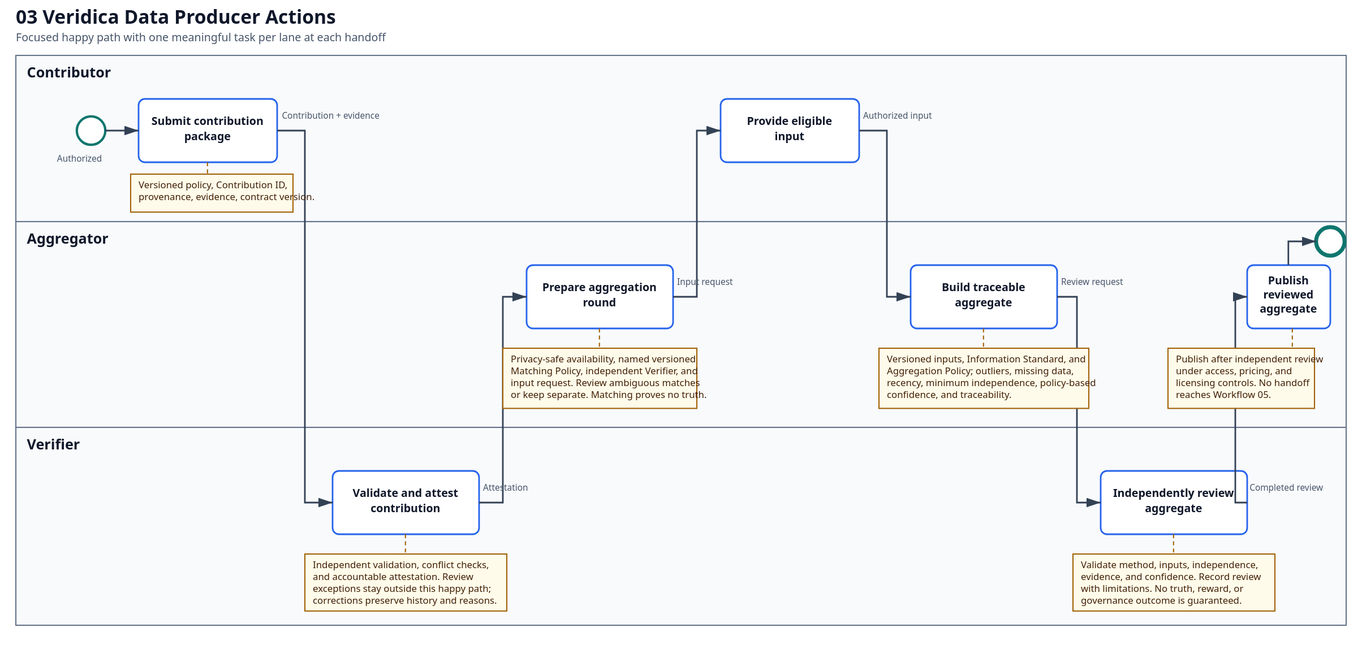
unlockitio/canton-dev-fund keeps this BPMN diagram as proposals/assets/03-veridica-data-producer-actions.svg. Above is the earlier version. Its source is kept beside it as proposals/assets/03-veridica-data-producer-actions.bpmn. Ids are renumbered.
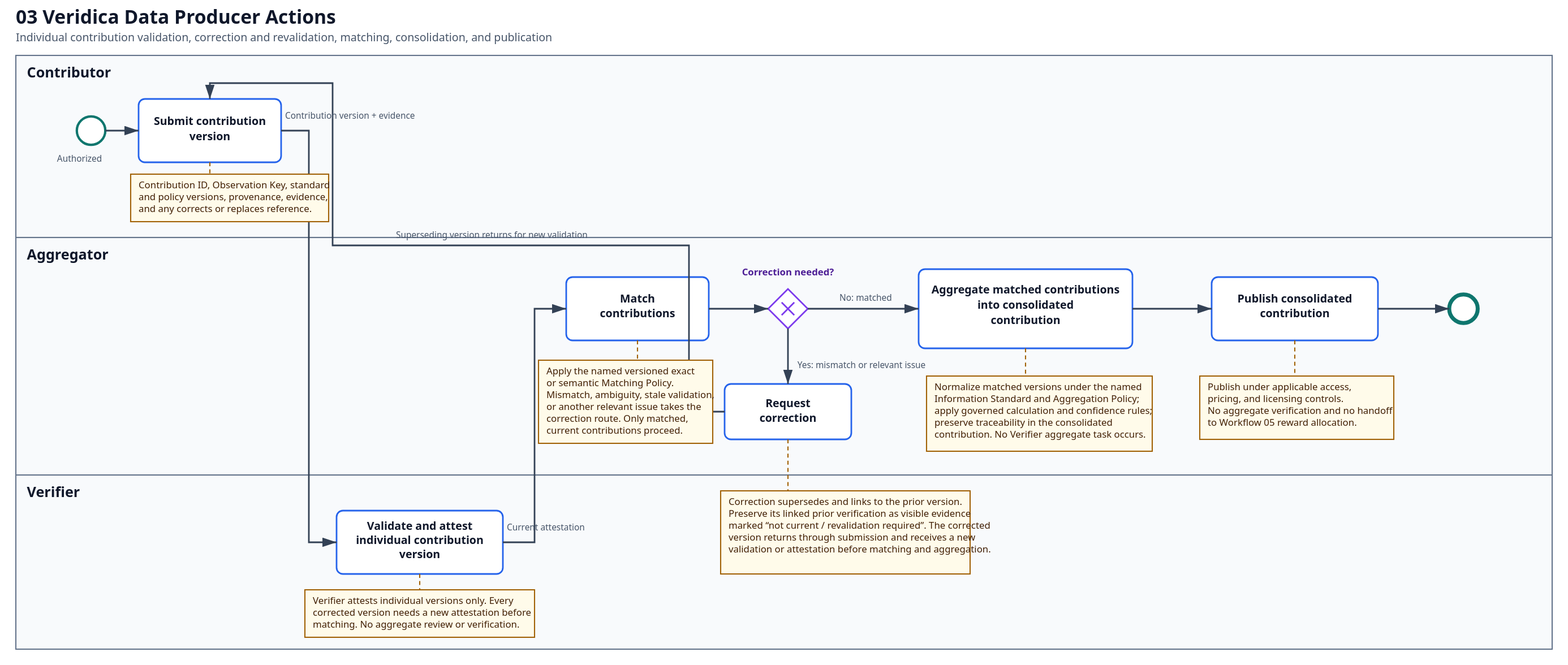
The same diagram one commit later.

Commit message:
Correct contribution aggregation workflow

Limit verifier work to individual contribution versions and preserve correction revalidation evidence before rematching.

What changed in the source:
```diff
@@ -2,3 +2,3 @@
   <bpmn:process id="Process_Veridica_DataProducerActions" name="03 Veridica Data Producer Actions" isExecutable="false">
-    <bpmn:documentation>Happy-path choreography for authorized Contributor, Aggregator, and Verifier roles. Each cross-lane sequence flow is a correlated handoff for the intended party, product, contribution or aggregation round, and applicable contract or policy version. A contributor cannot verify its own contribution where independence is required. The same party cannot be Aggregator and Verifier for the same product.</bpmn:documentation>
+    <bpmn:documentation>Compact contribution flow for authorized Contributor, Aggregator, and Verifier roles. The Verifier validates and attests individual contribution versions only and performs no aggregate review or verification. A correction supersedes a version while preserving its linked prior verification as visible evidence marked not current and requiring revalidation. Every corrected version receives a new validation or attestation before returning to matching and aggregation.</bpmn:documentation>
     <bpmn:laneSet id="LaneSet_DataProducers">
@@ -7,8 +7,9 @@
         <bpmn:flowNodeRef>C_Submit</bpmn:flowNodeRef>
-        <bpmn:flowNodeRef>C_ProvideInput</bpmn:flowNodeRef>
       </bpmn:lane>
       <bpmn:lane id="Lane_Aggregator" name="Aggregator">
-        <bpmn:flowNodeRef>A_PrepareRound</bpmn:flowNodeRef>
-        <bpmn:flowNodeRef>A_BuildAggregate</bpmn:flowNodeRef>
-        <bpmn:flowNodeRef>A_PublishAggregate</bpmn:flowNodeRef>
+        <bpmn:flowNodeRef>A_MatchContributions</bpmn:flowNodeRef>
+        <bpmn:flowNodeRef>G_CorrectionNeeded</bpmn:flowNodeRef>
+        <bpmn:flowNodeRef>A_RequestCorrection</bpmn:flowNodeRef>
+        <bpmn:flowNodeRef>A_AggregateContributions</bpmn:flowNodeRef>
+        <bpmn:flowNodeRef>A_PublishContribution</bpmn:flowNodeRef>
         <bpmn:flowNodeRef>A_End</bpmn:flowNodeRef>
@@ -17,3 +18,2 @@
         <bpmn:flowNodeRef>V_ValidateContribution</bpmn:flowNodeRef>
-        <bpmn:flowNodeRef>V_ReviewAggregate</bpmn:flowNodeRef>
       </bpmn:lane>
@@ -24,7 +24,8 @@
     </bpmn:startEvent>
-    <bpmn:task id="C_Submit" name="Submit contribution package">
+    <bpmn:task id="C_Submit" name="Submit contribution version">
       <bpmn:incoming>F_1</bpmn:incoming>
+      <bpmn:incoming>F_CorrectionLoop</bpmn:incoming>
       <bpmn:outgoing>F_2</bpmn:outgoing>
     </bpmn:task>
-    <bpmn:task id="V_ValidateContribution" name="Validate and attest contribution">
+    <bpmn:task id="V_ValidateContribution" name="Validate and attest contribution version">
       <bpmn:incoming>F_2</bpmn:incoming>
@@ -32,3 +33,3 @@
     </bpmn:task>
-    <bpmn:task id="A_PrepareRound" name="Prepare aggregation round">
+    <bpmn:task id="A_MatchContributions" name="Match contributions">
       <bpmn:incoming>F_3</bpmn:incoming>
@@ -36,7 +37,16 @@
     </bpmn:task>
-    <bpmn:task id="C_ProvideInput" name="Provide eligible input">
+    <bpmn:exclusiveGateway id="G_CorrectionNeeded" name="Correction needed?" gatewayDirection="Diverging">
       <bpmn:incoming>F_4</bpmn:incoming>
+      <bpmn:outgoing>F_Correction</bpmn:outgoing>
+      <bpmn:outgoing>F_Matched</bpmn:outgoing>
+    </bpmn:exclusiveGateway>
+    <bpmn:task id="A_RequestCorrection" name="Request correction">
+      <bpmn:incoming>F_Correction</bpmn:incoming>
+      <bpmn:outgoing>F_CorrectionLoop</bpmn:outgoing>
+    </bpmn:task>
+    <bpmn:task id="A_AggregateContributions" name="Aggregate matched contributions into consolidated contribution">
+      <bpmn:incoming>F_Matched</bpmn:incoming>
       <bpmn:outgoing>F_5</bpmn:outgoing>
     </bpmn:task>
-    <bpmn:task id="A_BuildAggregate" name="Build traceable aggregate">
+    <bpmn:task id="A_PublishContribution" name="Publish consolidated contribution">
       <bpmn:incoming>F_5</bpmn:incoming>
@@ -44,12 +54,4 @@
     </bpmn:task>
-    <bpmn:task id="V_ReviewAggregate" name="Independently review aggregate">
+    <bpmn:endEvent id="A_End" name="Consolidated contribution published">
       <bpmn:incoming>F_6</bpmn:incoming>
-      <bpmn:outgoing>F_7</bpmn:outgoing>
-    </bpmn:task>
-    <bpmn:task id="A_PublishAggregate" name="Publish reviewed aggregate">
-      <bpmn:incoming>F_7</bpmn:incoming>
-      <bpmn:outgoing>F_8</bpmn:outgoing>
-    </bpmn:task>
-    <bpmn:endEvent id="A_End" name="Aggregation round complete">
-      <bpmn:incoming>F_8</bpmn:incoming>
     </bpmn:endEvent>
@@ -58,26 +60,27 @@
     <bpmn:sequenceFlow id="F_2" sourceRef="C_Submit" targetRef="V_ValidateContribution" />
-    <bpmn:sequenceFlow id="F_3" sourceRef="V_ValidateContribution" targetRef="A_PrepareRound" />
-    <bpmn:sequenceFlow id="F_4" sourceRef="A_PrepareRound" targetRef="C_ProvideInput" />
-    <bpmn:sequenceFlow id="F_5" sourceRef="C_ProvideInput" targetRef="A_BuildAggregate" />
-    <bpmn:sequenceFlow id="F_6" sourceRef="A_BuildAggregate" targetRef="V_ReviewAggregate" />
-    <bpmn:sequenceFlow id="F_7" sourceRef="V_ReviewAggregate" targetRef="A_PublishAggregate" />
-    <bpmn:sequenceFlow id="F_8" sourceRef="A_PublishAggregate" targetRef="A_End" />
+    <bpmn:sequenceFlow id="F_3" sourceRef="V_ValidateContribution" targetRef="A_MatchContributions" />
+    <bpmn:sequenceFlow id="F_4" sourceRef="A_MatchContributions" targetRef="G_CorrectionNeeded" />
+    <bpmn:sequenceFlow id="F_Correction" name="Yes: mismatch or relevant issue" sourceRef="G_CorrectionNeeded" targetRef="A_RequestCorrection" />
+    <bpmn:sequenceFlow id="F_CorrectionLoop" name="Superseding version" sourceRef="A_RequestCorrection" targetRef="C_Submit" />
+    <bpmn:sequenceFlow id="F_Matched" name="No: matched" sourceRef="G_CorrectionNeeded" targetRef="A_AggregateContributions" />
+    <bpmn:sequenceFlow id="F_5" sourceRef="A_AggregateContributions" targetRef="A_PublishContribution" />
+    <bpmn:sequenceFlow id="F_6" sourceRef="A_PublishContribution" targetRef="A_End" />
 
     <bpmn:textAnnotation id="Note_Contribution">
-      <bpmn:text>Select the standard version and Observation Key policy. Submit the Contribution ID, information or reference, provenance, and evidence under the applicable contract version.</bpmn:text>
+      <bpmn:text>Submit a versioned contribution with its Contribution ID, Observation Key, standard and policy versions, provenance, evidence, and any corrects or replaces reference.</bpmn:text>
     </bpmn:textAnnotation>
-    <bpmn:textAnnotation id="Note_ContributionReview">
-      <bpmn:text>The independently responsible Verifier evaluates validation, independence, and conflict rules and records an accountable attestation. Evidence requests and challenges remain outside this happy-path view. Corrections and replacements preserve prior versions, evidence, checks, challenges, and reasons.</bpmn:text>
+    <bpmn:textAnnotation id="Note_Validation">
+      <bpmn:text>The independently responsible Verifier validates and attests this individual contribution version only. Each superseding corrected version requires a new validation or attestation before matching; the Verifier performs no aggregate review or verification.</bpmn:text>
+    </bpmn:textAnnotation>
+    <bpmn:textAnnotation id="Note_Matching">
+      <bpmn:text>Apply the named versioned exact or semantic Matching Policy. A mismatch, ambiguity, stale validation, or other relevant issue takes the correction route; only matched, current contributions proceed.</bpmn:text>
+    </bpmn:textAnnotation>
+    <bpmn:textAnnotation id="Note_Correction">
+      <bpmn:text>The correction supersedes the affected version and links back to it. Preserve the prior version and verification as visible evidence marked “not current / revalidation required”; the loop returns the corrected version through submission and new attestation.</bpmn:text>
     </bpmn:textAnnotation>
     <bpmn:textAnnotation id="Note_Aggregation">
-      <bpmn:text>Publish privacy-safe availability, apply the named versioned exact or semantic Matching Policy, confirm an eligible independent Verifier, and request authorized inputs. Ambiguous matches are reviewed or kept separate. Matching permits comparison but does not prove truth, quality, agreement, or independence.</bpmn:text>
-    </bpmn:textAnnotation>
-    <bpmn:textAnnotation id="Note_Build">
-      <bpmn:text>Select authorized input versions; normalize under the named versioned Information Standard and Aggregation Policy; account for outliers, missing data, recency, and minimum independence; calculate policy-based confidence and preserve traceability.</bpmn:text>
-    </bpmn:textAnnotation>
-    <bpmn:textAnnotation id="Note_AggregateReview">
-      <bpmn:text>The Verifier validates method, inputs, independence, evidence, and confidence and records the completed review with limitations. Attestation and aggregation do not guarantee truth, quality, agreement, reward, or a governance outcome.</bpmn:text>
+      <bpmn:text>Normalize matched contribution versions under the named Information Standard and Aggregation Policy, apply the governed calculation and confidence rules, and preserve traceability in the consolidated contribution. No Verifier aggregate task occurs.</bpmn:text>
     </bpmn:textAnnotation>
     <bpmn:textAnnotation id="Note_Publication">
-      <bpmn:text>Publish only after independent review, under applicable access, pricing, and licensing controls. No handoff reaches Workflow 05 reward allocation.</bpmn:text>
+      <bpmn:text>Publish the consolidated contribution under applicable access, pricing, and licensing controls. No handoff reaches Workflow 05 reward allocation.</bpmn:text>
     </bpmn:textAnnotation>
@@ -85,7 +88,7 @@
     <bpmn:association id="Assoc_Contribution" sourceRef="C_Submit" targetRef="Note_Contribution" />
-    <bpmn:association id="Assoc_ContributionReview" sourceRef="V_ValidateContribution" targetRef="Note_ContributionReview" />
-    <bpmn:association id="Assoc_Aggregation" sourceRef="A_PrepareRound" targetRef="Note_Aggregation" />
-    <bpmn:association id="Assoc_Build" sourceRef="A_BuildAggregate" targetRef="Note_Build" />
-    <bpmn:association id="Assoc_AggregateReview" sourceRef="V_ReviewAggregate" targetRef="Note_AggregateReview" />
-    <bpmn:association id="Assoc_Publication" sourceRef="A_PublishAggregate" targetRef="Note_Publication" />
+    <bpmn:association id="Assoc_Validation" sourceRef="V_ValidateContribution" targetRef="Note_Validation" />
+    <bpmn:association id="Assoc_Matching" sourceRef="A_MatchContributions" targetRef="Note_Matching" />
+    <bpmn:association id="Assoc_Correction" sourceRef="A_RequestCorrection" targetRef="Note_Correction" />
+    <bpmn:association id="Assoc_Aggregation" sourceRef="A_AggregateContributions" targetRef="Note_Aggregation" />
+    <bpmn:association id="Assoc_Publication" sourceRef="A_PublishContribution" targetRef="Note_Publication" />
   </bpmn:process>
@@ -94,38 +97,39 @@
     <bpmndi:BPMNPlane id="Plane_DataProducerActions" bpmnElement="Process_Veridica_DataProducerActions">
-      <bpmndi:BPMNShape id="Shape_Lane_Contributor" bpmnElement="Lane_Contributor" isHorizontal="true"><dc:Bounds x="80" y="80" width="1720" height="240" /></bpmndi:BPMNShape>
-      <bpmndi:BPMNShape id="Shape_Lane_Aggregator" bpmnElement="Lane_Aggregator" isHorizontal="true"><dc:Bounds x="80" y="320" width="1720" height="280" /></bpmndi:BPMNShape>
-      <bpmndi:BPMNShape id="Shape_Lane_Verifier" bpmnElement="Lane_Verifier" isHorizontal="true"><dc:Bounds x="80" y="600" width="1720" height="260" /></bpmndi:BPMNShape>
+      <bpmndi:BPMNShape id="Shape_Lane_Contributor" bpmnElement="Lane_Contributor" isHorizontal="true"><dc:Bounds x="80" y="80" width="1940" height="240" /></bpmndi:BPMNShape>
+      <bpmndi:BPMNShape id="Shape_Lane_Aggregator" bpmnElement="Lane_Aggregator" isHorizontal="true"><dc:Bounds x="80" y="320" width="1940" height="300" /></bpmndi:BPMNShape>
+      <bpmndi:BPMNShape id="Shape_Lane_Verifier" bpmnElement="Lane_Verifier" isHorizontal="true"><dc:Bounds x="80" y="620" width="1940" height="240" /></bpmndi:BPMNShape>
 
       <bpmndi:BPMNShape id="Shape_C_Start" bpmnElement="C_Start"><dc:Bounds x="130" y="165" width="36" height="36" /></bpmndi:BPMNShape>
-      <bpmndi:BPMNShape id="Shape_C_Submit" bpmnElement="C_Submit"><dc:Bounds x="215" y="140" width="170" height="86" /></bpmndi:BPMNShape>
-      <bpmndi:BPMNShape id="Shape_V_ValidateContribution" bpmnElement="V_ValidateContribution"><dc:Bounds x="445" y="655" width="180" height="86" /></bpmndi:BPMNShape>
-      <bpmndi:BPMNShape id="Shape_A_PrepareRound" bpmnElement="A_PrepareRound"><dc:Bounds x="685" y="365" width="180" height="86" /></bpmndi:BPMNShape>
-      <bpmndi:BPMNShape id="Shape_C_ProvideInput" bpmnElement="C_ProvideInput"><dc:Bounds x="925" y="140" width="170" height="86" /></bpmndi:BPMNShape>
-      <bpmndi:BPMNShape id="Shape_A_BuildAggregate" bpmnElement="A_BuildAggregate"><dc:Bounds x="1155" y="365" width="180" height="86" /></bpmndi:BPMNShape>
-      <bpmndi:BPMNShape id="Shape_V_ReviewAggregate" bpmnElement="V_ReviewAggregate"><dc:Bounds x="1395" y="655" width="180" height="86" /></bpmndi:BPMNShape>
-      <bpmndi:BPMNShape id="Shape_A_PublishAggregate" bpmnElement="A_PublishAggregate"><dc:Bounds x="1600" y="365" width="140" height="86" /></bpmndi:BPMNShape>
-      <bpmndi:BPMNShape id="Shape_A_End" bpmnElement="A_End"><dc:Bounds x="1760" y="390" width="36" height="36" /></bpmndi:BPMNShape>
+      <bpmndi:BPMNShape id="Shape_C_Submit" bpmnElement="C_Submit"><dc:Bounds x="215" y="140" width="180" height="86" /></bpmndi:BPMNShape>
+      <bpmndi:BPMNShape id="Shape_V_ValidateContribution" bpmnElement="V_ValidateContribution"><dc:Bounds x="465" y="665" width="210" height="86" /></bpmndi:BPMNShape>
+      <bpmndi:BPMNShape id="Shape_A_MatchContributions" bpmnElement="A_MatchContributions"><dc:Bounds x="755" y="370" width="180" height="86" /></bpmndi:BPMNShape>
+      <bpmndi:BPMNShape id="Shape_G_CorrectionNeeded" bpmnElement="G_CorrectionNeeded" isMarkerVisible="true"><dc:Bounds x="1010" y="388" width="50" height="50" /></bpmndi:BPMNShape>
+      <bpmndi:BPMNShape id="Shape_A_RequestCorrection" bpmnElement="A_RequestCorrection"><dc:Bounds x="955" y="500" width="160" height="76" /></bpmndi:BPMNShape>
+      <bpmndi:BPMNShape id="Shape_A_AggregateContributions" bpmnElement="A_AggregateContributions"><dc:Bounds x="1200" y="360" width="270" height="106" /></bpmndi:BPMNShape>
+      <bpmndi:BPMNShape id="Shape_A_PublishContribution" bpmnElement="A_PublishContribution"><dc:Bounds x="1570" y="370" width="210" height="86" /></bpmndi:BPMNShape>
+      <bpmndi:BPMNShape id="Shape_A_End" bpmnElement="A_End"><dc:Bounds x="1870" y="395" width="36" height="36" /></bpmndi:BPMNShape>
 
-      <bpmndi:BPMNShape id="Shape_Note_Contribution" bpmnElement="Note_Contribution"><dc:Bounds x="195" y="245" width="230" height="60" /></bpmndi:BPMNShape>
-      <bpmndi:BPMNShape id="Shape_Note_ContributionReview" bpmnElement="Note_ContributionReview"><dc:Bounds x="415" y="765" width="250" height="80" /></bpmndi:BPMNShape>
-      <bpmndi:BPMNShape id="Shape_Note_Aggregation" bpmnElement="Note_Aggregation"><dc:Bounds x="650" y="480" width="250" height="90" /></bpmndi:BPMNShape>
-      <bpmndi:BPMNShape id="Shape_Note_Build" bpmnElement="Note_Build"><dc:Bounds x="1120" y="480" width="250" height="90" /></bpmndi:BPMNShape>
-      <bpmndi:BPMNShape id="Shape_Note_AggregateReview" bpmnElement="Note_AggregateReview"><dc:Bounds x="1360" y="765" width="250" height="80" /></bpmndi:BPMNShape>
-      <bpmndi:BPMNShape id="Shape_Note_Publication" bpmnElement="Note_Publication"><dc:Bounds x="1535" y="480" width="225" height="75" /></bpmndi:BPMNShape>
+      <bpmndi:BPMNShape id="Shape_Note_Contribution" bpmnElement="Note_Contribution"><dc:Bounds x="195" y="245" width="250" height="60" /></bpmndi:BPMNShape>
+      <bpmndi:BPMNShape id="Shape_Note_Validation" bpmnElement="Note_Validation"><dc:Bounds x="425" y="770" width="290" height="75" /></bpmndi:BPMNShape>
+      <bpmndi:BPMNShape id="Shape_Note_Matching" bpmnElement="Note_Matching"><dc:Bounds x="710" y="480" width="220" height="105" /></bpmndi:BPMNShape>
+      <bpmndi:BPMNShape id="Shape_Note_Correction" bpmnElement="Note_Correction"><dc:Bounds x="950" y="635" width="300" height="95" /></bpmndi:BPMNShape>
+      <bpmndi:BPMNShape id="Shape_Note_Aggregation" bpmnElement="Note_Aggregation"><dc:Bounds x="1200" y="490" width="285" height="95" /></bpmndi:BPMNShape>
+      <bpmndi:BPMNShape id="Shape_Note_Publication" bpmnElement="Note_Publication"><dc:Bounds x="1555" y="490" width="245" height="80" /></bpmndi:BPMNShape>
 
       <bpmndi:BPMNEdge id="Edge_F_1" bpmnElement="F_1"><di:waypoint x="166" y="183" /><di:waypoint x="215" y="183" /></bpmndi:BPMNEdge>
-      <bpmndi:BPMNEdge id="Edge_F_2" bpmnElement="F_2"><di:waypoint x="385" y="183" /><di:waypoint x="415" y="183" /><di:waypoint x="415" y="698" /><di:waypoint x="445" y="698" /></bpmndi:BPMNEdge>
-      <bpmndi:BPMNEdge id="Edge_F_3" bpmnElement="F_3"><di:waypoint x="625" y="698" /><di:waypoint x="655" y="698" /><di:waypoint x="655" y="408" /><di:waypoint x="685" y="408" /></bpmndi:BPMNEdge>
-      <bpmndi:BPMNEdge id="Edge_F_4" bpmnElement="F_4"><di:waypoint x="865" y="408" /><di:waypoint x="895" y="408" /><di:waypoint x="895" y="183" /><di:waypoint x="925" y="183" /></bpmndi:BPMNEdge>
-      <bpmndi:BPMNEdge id="Edge_F_5" bpmnElement="F_5"><di:waypoint x="1095" y="183" /><di:waypoint x="1125" y="183" /><di:waypoint x="1125" y="408" /><di:waypoint x="1155" y="408" /></bpmndi:BPMNEdge>
-      <bpmndi:BPMNEdge id="Edge_F_6" bpmnElement="F_6"><di:waypoint x="1335" y="408" /><di:waypoint x="1365" y="408" /><di:waypoint x="1365" y="698" /><di:waypoint x="1395" y="698" /></bpmndi:BPMNEdge>
-      <bpmndi:BPMNEdge id="Edge_F_7" bpmnElement="F_7"><di:waypoint x="1575" y="698" /><di:waypoint x="1585" y="698" /><di:waypoint x="1585" y="408" /><di:waypoint x="1600" y="408" /></bpmndi:BPMNEdge>
-      <bpmndi:BPMNEdge id="Edge_F_8" bpmnElement="F_8"><di:waypoint x="1740" y="408" /><di:waypoint x="1760" y="408" /></bpmndi:BPMNEdge>
+      <bpmndi:BPMNEdge id="Edge_F_2" bpmnElement="F_2"><di:waypoint x="395" y="183" /><di:waypoint x="430" y="183" /><di:waypoint x="430" y="708" /><di:waypoint x="465" y="708" /></bpmndi:BPMNEdge>
+      <bpmndi:BPMNEdge id="Edge_F_3" bpmnElement="F_3"><di:waypoint x="675" y="708" /><di:waypoint x="715" y="708" /><di:waypoint x="715" y="413" /><di:waypoint x="755" y="413" /></bpmndi:BPMNEdge>
+      <bpmndi:BPMNEdge id="Edge_F_4" bpmnElement="F_4"><di:waypoint x="935" y="413" /><di:waypoint x="1010" y="413" /></bpmndi:BPMNEdge>
+      <bpmndi:BPMNEdge id="Edge_F_Correction" bpmnElement="F_Correction"><di:waypoint x="1035" y="438" /><di:waypoint x="1035" y="500" /></bpmndi:BPMNEdge>
+      <bpmndi:BPMNEdge id="Edge_F_CorrectionLoop" bpmnElement="F_CorrectionLoop"><di:waypoint x="955" y="538" /><di:waypoint x="900" y="538" /><di:waypoint x="900" y="330" /><di:waypoint x="460" y="330" /><di:waypoint x="460" y="115" /><di:waypoint x="305" y="115" /><di:waypoint x="305" y="140" /></bpmndi:BPMNEdge>
+      <bpmndi:BPMNEdge id="Edge_F_Matched" bpmnElement="F_Matched"><di:waypoint x="1060" y="413" /><di:waypoint x="1200" y="413" /></bpmndi:BPMNEdge>
+      <bpmndi:BPMNEdge id="Edge_F_5" bpmnElement="F_5"><di:waypoint x="1470" y="413" /><di:waypoint x="1570" y="413" /></bpmndi:BPMNEdge>
+      <bpmndi:BPMNEdge id="Edge_F_6" bpmnElement="F_6"><di:waypoint x="1780" y="413" /><di:waypoint x="1870" y="413" /></bpmndi:BPMNEdge>
 
-      <bpmndi:BPMNEdge id="Edge_Assoc_Contribution" bpmnElement="Assoc_Contribution"><di:waypoint x="300" y="226" /><di:waypoint x="300" y="245" /></bpmndi:BPMNEdge>
-      <bpmndi:BPMNEdge id="Edge_Assoc_ContributionReview" bpmnElement="Assoc_ContributionReview"><di:waypoint x="535" y="741" /><di:waypoint x="535" y="765" /></bpmndi:BPMNEdge>
-      <bpmndi:BPMNEdge id="Edge_Assoc_Aggregation" bpmnElement="Assoc_Aggregation"><di:waypoint x="775" y="451" /><di:waypoint x="775" y="480" /></bpmndi:BPMNEdge>
-      <bpmndi:BPMNEdge id="Edge_Assoc_Build" bpmnElement="Assoc_Build"><di:waypoint x="1245" y="451" /><di:waypoint x="1245" y="480" /></bpmndi:BPMNEdge>
-      <bpmndi:BPMNEdge id="Edge_Assoc_AggregateReview" bpmnElement="Assoc_AggregateReview"><di:waypoint x="1485" y="741" /><di:waypoint x="1485" y="765" /></bpmndi:BPMNEdge>
-      <bpmndi:BPMNEdge id="Edge_Assoc_Publication" bpmnElement="Assoc_Publication"><di:waypoint x="1685" y="451" /><di:waypoint x="1685" y="480" /></bpmndi:BPMNEdge>
+      <bpmndi:BPMNEdge id="Edge_Assoc_Contribution" bpmnElement="Assoc_Contribution"><di:waypoint x="305" y="226" /><di:waypoint x="305" y="245" /></bpmndi:BPMNEdge>
+      <bpmndi:BPMNEdge id="Edge_Assoc_Validation" bpmnElement="Assoc_Validation"><di:waypoint x="570" y="751" /><di:waypoint x="570" y="770" /></bpmndi:BPMNEdge>
+      <bpmndi:BPMNEdge id="Edge_Assoc_Matching" bpmnElement="Assoc_Matching"><di:waypoint x="845" y="456" /><di:waypoint x="845" y="480" /></bpmndi:BPMNEdge>
+      <bpmndi:BPMNEdge id="Edge_Assoc_Correction" bpmnElement="Assoc_Correction"><di:waypoint x="1035" y="576" /><di:waypoint x="1035" y="635" /></bpmndi:BPMNEdge>
+      <bpmndi:BPMNEdge id="Edge_Assoc_Aggregation" bpmnElement="Assoc_Aggregation"><di:waypoint x="1335" y="466" /><di:waypoint x="1335" y="490" /></bpmndi:BPMNEdge>
+      <bpmndi:BPMNEdge id="Edge_Assoc_Publication" bpmnElement="Assoc_Publication"><di:waypoint x="1675" y="456" /><di:waypoint x="1675" y="490" /></bpmndi:BPMNEdge>
     </bpmndi:BPMNPlane>
```
